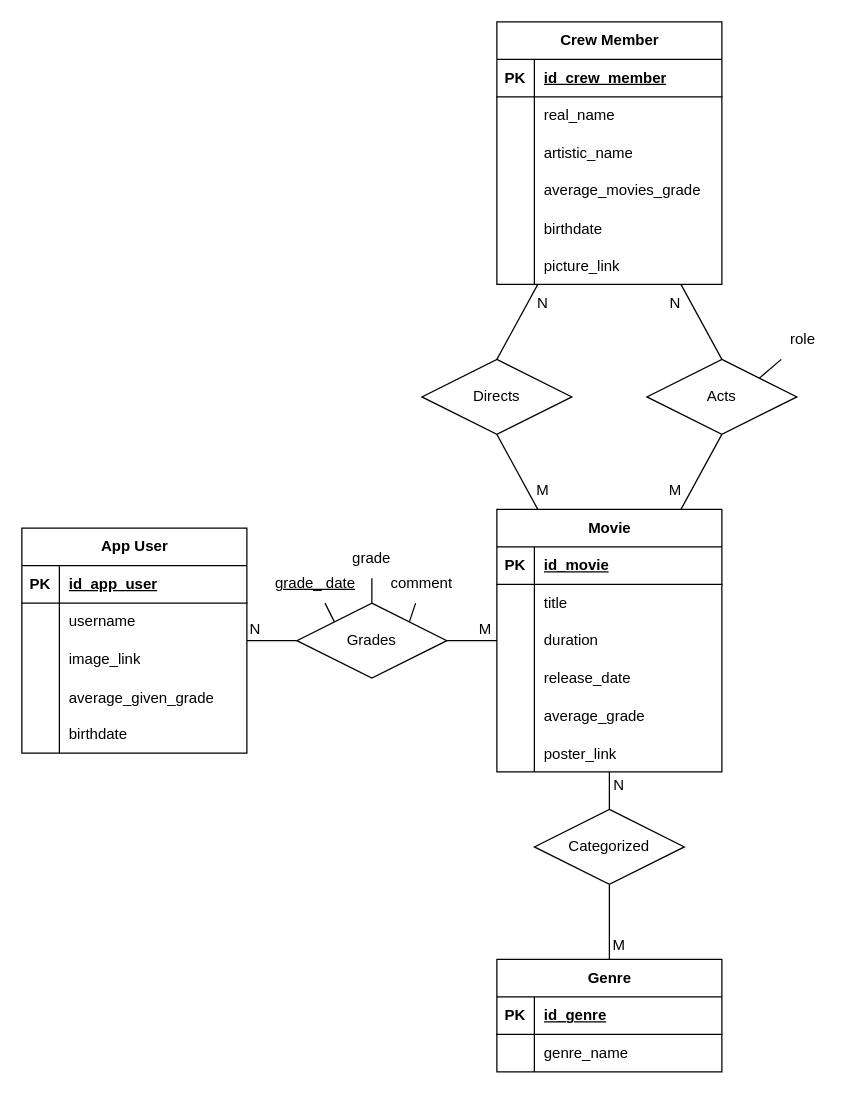
Earlier version of the draw.io diagram lab01/diagramas/diagramaER.drawio (yaesetti/mc536). Source tidied: cells renumbered, new cells numbered last; positions are measured from the earlier drawing's top-left corner, leaving out a move shared by most shapes. Both pictures are drawn from the tidied source at 125%, with x=0, y=0 at pixel (21, 21).
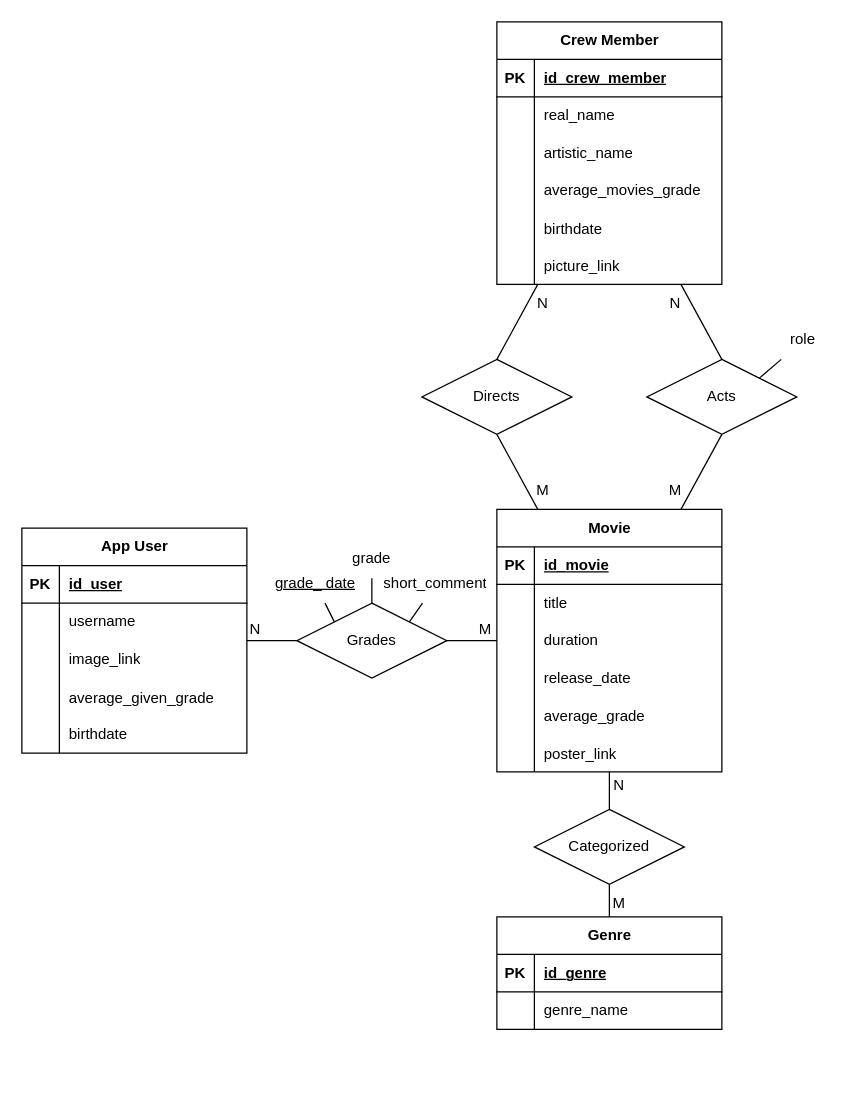
The same diagram, later.

Unchanged cells that the change refers to:
```xml
<mxCell id="9" style="shape=tableRow;horizontal=0;startSize=0;swimlaneHead=0;swimlaneBody=0;fillColor=none;top=0;left=0;right=0;bottom=1;" parent="8" vertex="1">
  <mxGeometry y="30" width="180" height="30" as="geometry" />
</mxCell>
```

The edit, as a diff of the source:
```diff
@@
-    <mxCell id="11" value="id_app_user" style="shape=partialRectangle;fillColor=none;top=0;left=0;bottom=0;right=0;align=left;spacingLeft=6;fontStyle=5;overflow=hidden;whiteSpace=wrap;html=1;" parent="9" vertex="1">
+    <mxCell id="11" value="id_user" style="shape=partialRectangle;fillColor=none;top=0;left=0;bottom=0;right=0;align=left;spacingLeft=6;fontStyle=5;overflow=hidden;whiteSpace=wrap;html=1;" parent="9" vertex="1">
       <mxGeometry x="30" width="150" height="30" as="geometry" />
     </mxCell>
@@
-    <mxCell id="63" value="comment" style="text;strokeColor=none;fillColor=none;spacingLeft=4;spacingRight=4;overflow=hidden;points=[[0,0.5],[1,0.5]];portConstraint=eastwest;fontSize=12;whiteSpace=wrap;html=1;align=center;" parent="1" vertex="1">
-      <mxGeometry x="280" y="435" width="80" height="30" as="geometry" />
+    <mxCell id="63" value="short_comment" style="text;strokeColor=none;fillColor=none;spacingLeft=4;spacingRight=4;overflow=hidden;points=[[0,0.5],[1,0.5]];portConstraint=eastwest;fontSize=12;whiteSpace=wrap;html=1;align=center;" parent="1" vertex="1">
+      <mxGeometry x="276" y="435" width="110" height="30" as="geometry" />
     </mxCell>
@@
     <mxCell id="77" value="Genre" style="shape=table;startSize=30;childLayout=tableLayout;rowLines=0;fontStyle=1;align=center;html=1;" parent="1" vertex="1">
-      <mxGeometry x="380" y="750" width="180" height="90" as="geometry" />
+      <mxGeometry x="380" y="716" width="180" height="90" as="geometry" />
     </mxCell>
@@
     <mxCell id="88" value="M" style="text;html=1;whiteSpace=wrap;strokeColor=none;fillColor=none;align=center;verticalAlign=middle;rounded=0;" parent="1" vertex="1">
-      <mxGeometry x="463" y="724" width="30" height="30" as="geometry" />
+      <mxGeometry x="463" y="690" width="30" height="30" as="geometry" />
     </mxCell>
```
